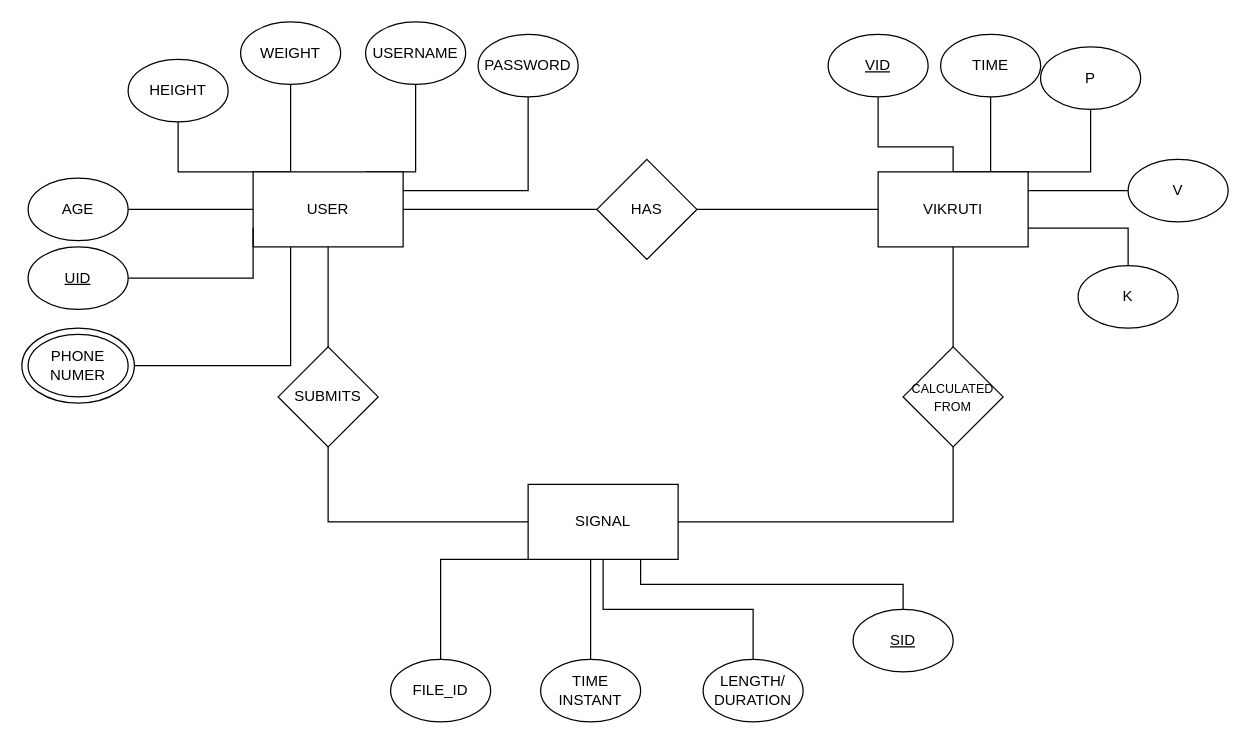
Before: page "ER diagram" (2 of 8) of nadi.drawio in MohitBurkule/nadi, a draw.io diagram. Source tidied: cells renumbered, new cells numbered last; positions are measured from the earlier drawing's top-left corner, leaving out a move shared by most shapes. Both pictures are drawn from the tidied source at 125%, with x=0, y=0 at pixel (21, 21).
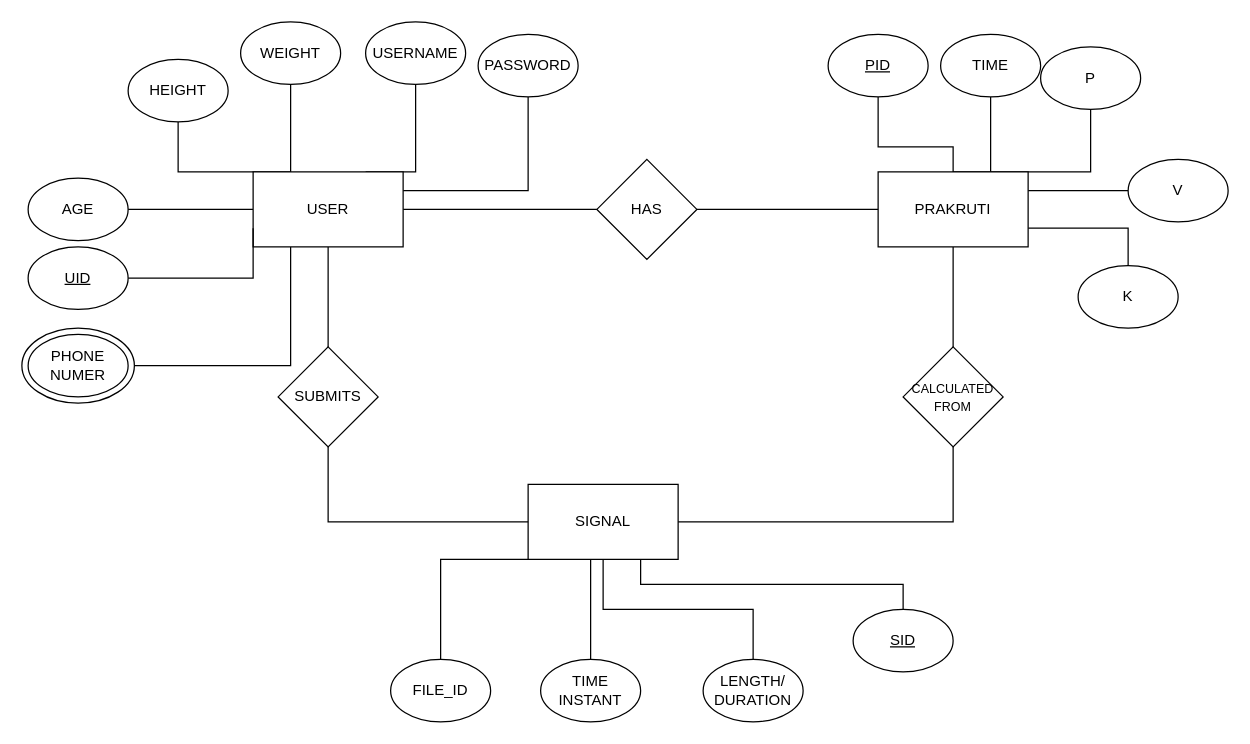
Above is the later version.

Diff of the diagram source:
```diff
@@
-    <mxCell id="16" value="VIKRUTI" style="rounded=0;whiteSpace=wrap;html=1;" parent="1" vertex="1">
+    <mxCell id="16" value="PRAKRUTI" style="rounded=0;whiteSpace=wrap;html=1;" parent="1" vertex="1">
       <mxGeometry x="685" y="120" width="120" height="60" as="geometry" />
     </mxCell>
@@
-    <mxCell id="46" value="&lt;u&gt;VID&lt;/u&gt;" style="ellipse;whiteSpace=wrap;html=1;" parent="1" vertex="1">
+    <mxCell id="46" value="&lt;u&gt;PID&lt;/u&gt;" style="ellipse;whiteSpace=wrap;html=1;" parent="1" vertex="1">
       <mxGeometry x="645" y="10" width="80" height="50" as="geometry" />
     </mxCell>
```
